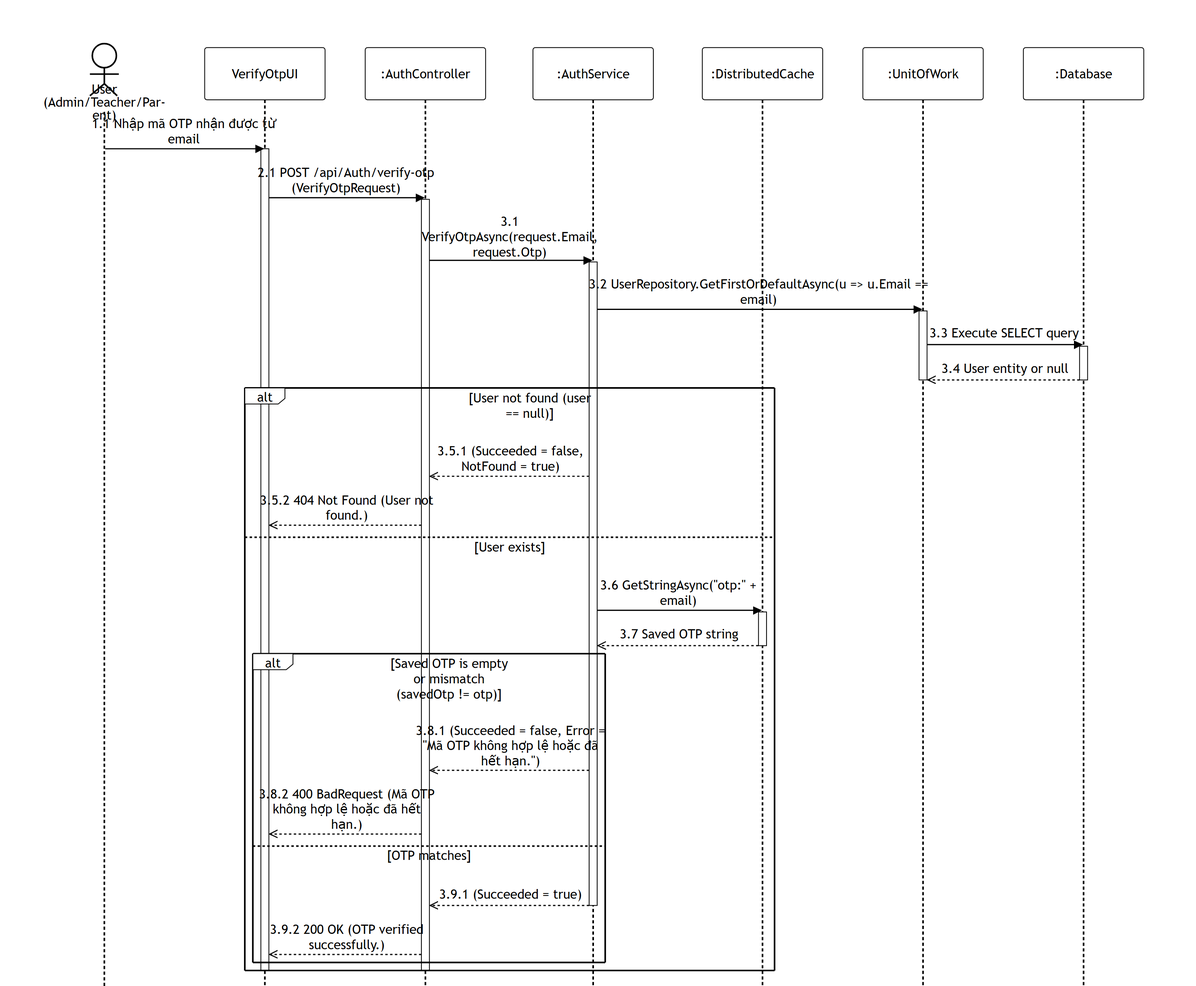
Above: 01-authentication/images/apis/verify-otp.png in PhucAnDev/docx-diagram (Mermaid), before the change. Its source is kept beside it as 01-authentication/sequence-diagram/apis/verify-otp.mmd. Its diagram source:
```mermaid
%%{init: {'theme':'base', 'themeVariables': {'actorBkg':'#ffffff','actorBorder':'#000000','actorTextColor':'#000000','actorLineColor':'#000000','signalColor':'#000000','signalTextColor':'#000000','labelBoxBkgColor':'#ffffff','labelBoxBorderColor':'#000000','labelTextColor':'#000000','loopTextColor':'#000000','noteBkgColor':'#ffffff','noteBorderColor':'#000000','noteTextColor':'#000000','activationBorderColor':'#000000','activationBkgColor':'#ffffff','sequenceNumberColor':'#000000'}, 'sequence': {'width':150,'height':65,'actorFontSize':16,'messageFontSize':16,'wrap':true,'wrapPadding':10}}}%%
sequenceDiagram
    title POST /api/Auth/verify-otp
    actor User as User (Admin/Teacher/Parent)
    participant UI as VerifyOtpUI
    participant Endpoint as :AuthController
    participant Service as :AuthService
    participant Cache as :DistributedCache
    participant DB as :UnitOfWork
    participant Database as :Database

    User->>UI: 1.1 Nhập mã OTP nhận được từ email
    activate UI
    UI->>Endpoint: 2.1 POST /api/Auth/verify-otp (VerifyOtpRequest)
    activate Endpoint

    Endpoint->>Service: 3.1 VerifyOtpAsync(request.Email, request.Otp)
    activate Service

    Service->>DB: 3.2 UserRepository.GetFirstOrDefaultAsync(u => u.Email == email)
    activate DB
    DB->>Database: 3.3 Execute SELECT query
    activate Database
    Database-->>DB: 3.4 User entity or null
    deactivate Database
    deactivate DB

    alt User not found (user == null)
        Service-->>Endpoint: 3.5.1 (Succeeded = false, NotFound = true)
        Endpoint-->>UI: 3.5.2 404 Not Found (User not found.)
    else User exists
        Service->>Cache: 3.6 GetStringAsync("otp:" + email)
        activate Cache
        Cache-->>Service: 3.7 Saved OTP string
        deactivate Cache

        alt Saved OTP is empty or mismatch (savedOtp != otp)
            Service-->>Endpoint: 3.8.1 (Succeeded = false, Error = "Mã OTP không hợp lệ hoặc đã hết hạn.")
            Endpoint-->>UI: 3.8.2 400 BadRequest (Mã OTP không hợp lệ hoặc đã hết hạn.)
        else OTP matches
            Service-->>Endpoint: 3.9.1 (Succeeded = true)
            deactivate Service
            Endpoint-->>UI: 3.9.2 200 OK (OTP verified successfully.)
        end
    end
    deactivate Endpoint
    deactivate UI
```
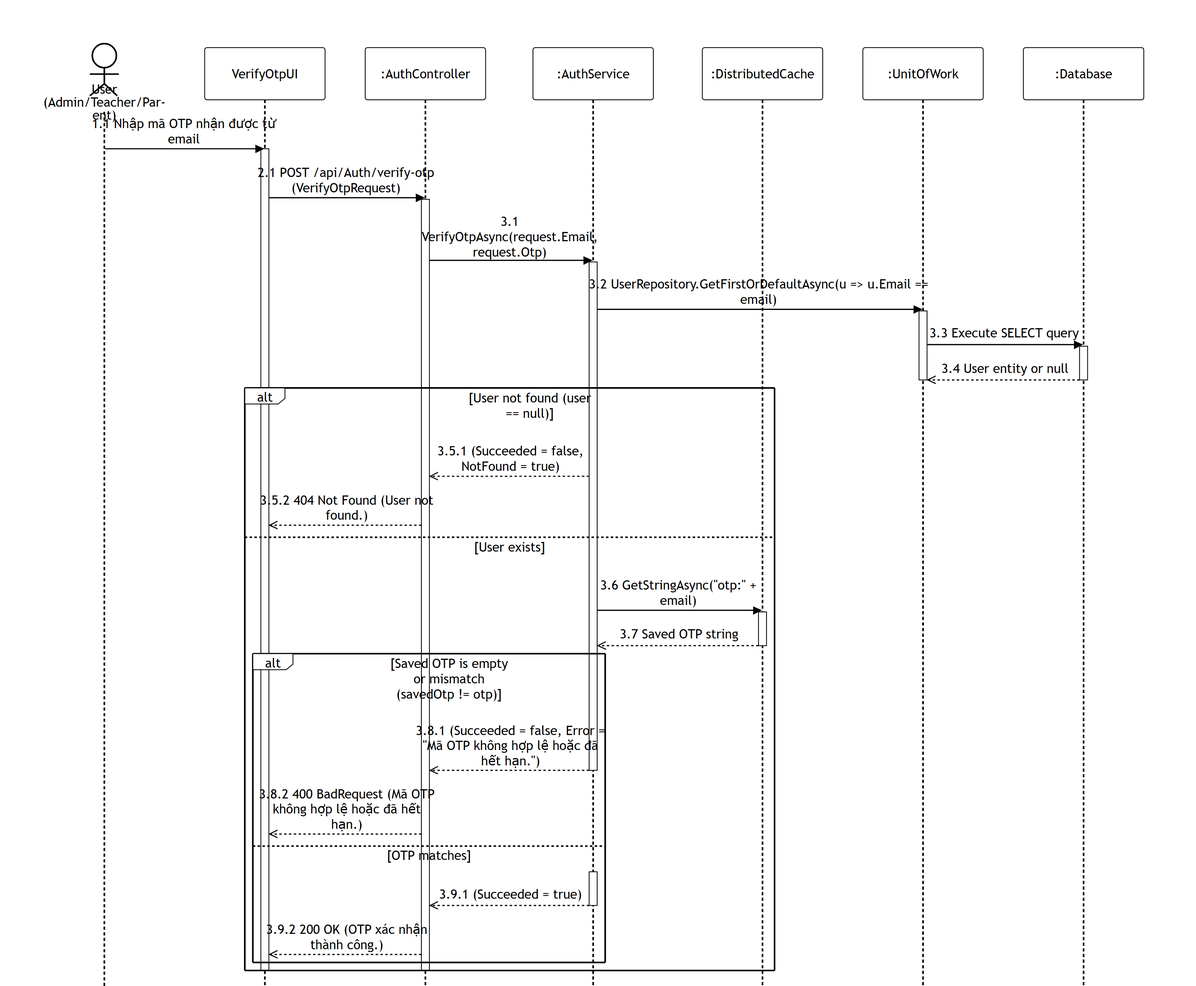
After the change.

What changed in the source:
```diff
@@ -36,11 +36,13 @@
 
         alt Saved OTP is empty or mismatch (savedOtp != otp)
             Service-->>Endpoint: 3.8.1 (Succeeded = false, Error = "Mã OTP không hợp lệ hoặc đã hết hạn.")
+            deactivate Service
             Endpoint-->>UI: 3.8.2 400 BadRequest (Mã OTP không hợp lệ hoặc đã hết hạn.)
         else OTP matches
+            activate Service
             Service-->>Endpoint: 3.9.1 (Succeeded = true)
             deactivate Service
-            Endpoint-->>UI: 3.9.2 200 OK (OTP verified successfully.)
+            Endpoint-->>UI: 3.9.2 200 OK (OTP xác nhận thành công.)
         end
     end
     deactivate Endpoint
```
